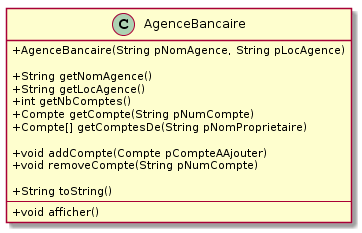
The PlantUML diagram POO/images/plantuml/classeAgenceBancaireInterface.png in IUT-Blagnac/POO, before a commit.
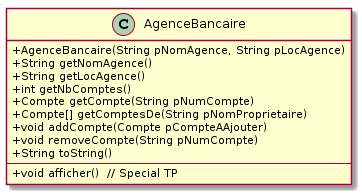
The same diagram one commit later.

Change to the diagram source:
```diff
@@ -15,6 +15,6 @@
 
 	+ String toString()
 	---
-	+ void afficher()
+	+ void afficher()  // Special TP
 }
 @enduml
```
